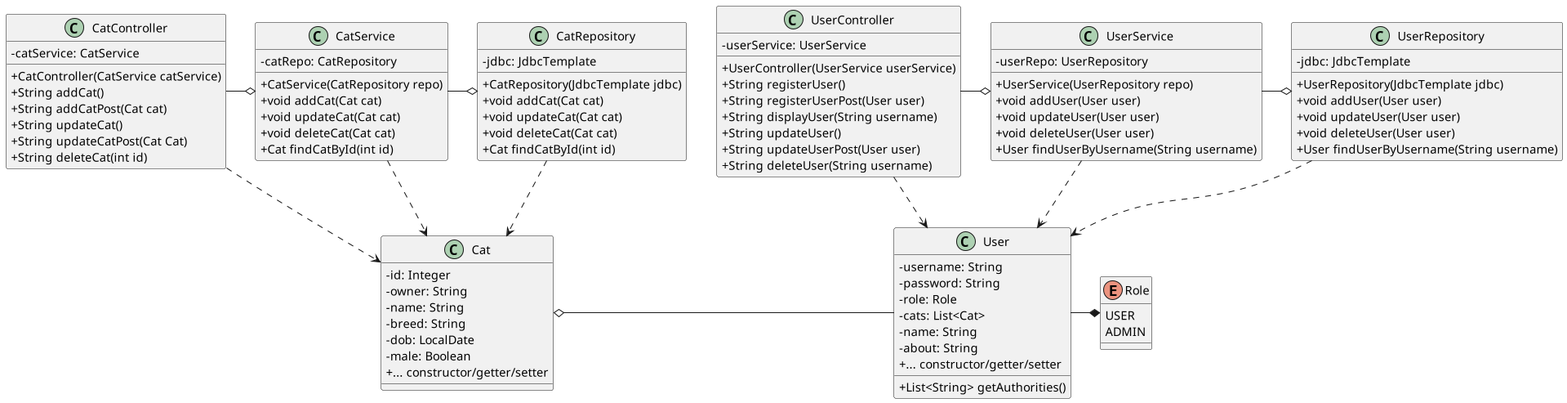
The PlantUML diagram diagram/class-diagram.png in sofush/racekat, before a commit.
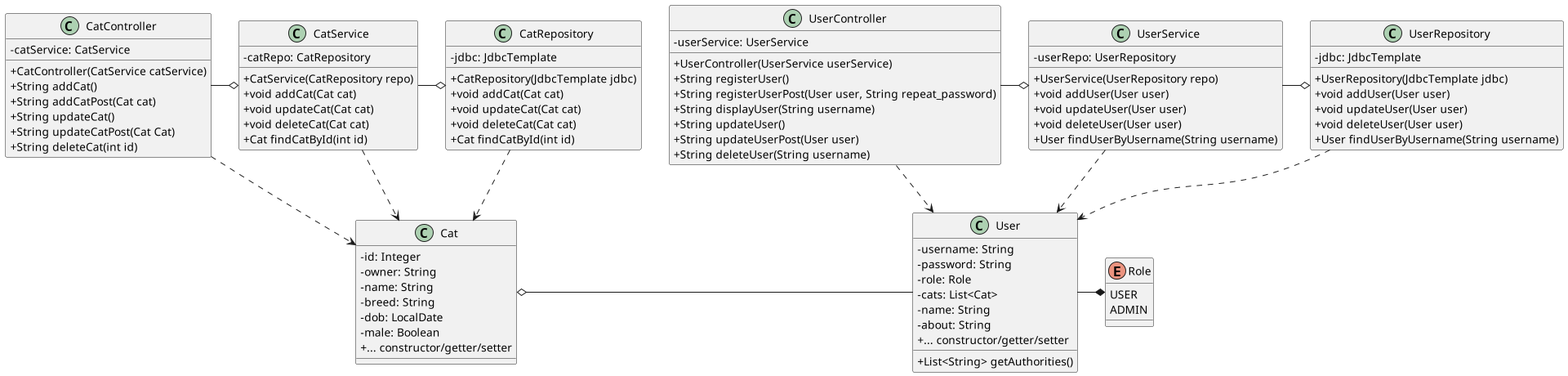
After the change.

Commit message:
docs: update class diagram to include repeat_password parameter

Diff of the diagram source:
```diff
@@ -60,7 +60,7 @@
 	- userService: UserService
 	+ UserController(UserService userService)
 	+ String registerUser()
-	+ String registerUserPost(User user)
+	+ String registerUserPost(User user, String repeat_password)
 	+ String displayUser(String username)
 	+ String updateUser()
 	+ String updateUserPost(User user)
```
